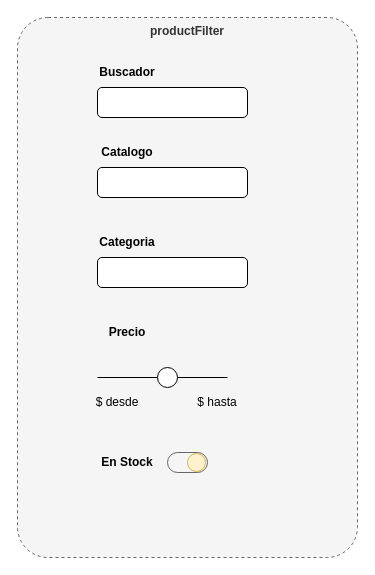
Above: page "productFilter" (4 of 5) of docs/intro.drawio in sebastianclaros/teatime (draw.io), before the change. Source tidied: cells renumbered, new cells numbered last; positions are measured from the earlier drawing's top-left corner, leaving out a move shared by most shapes. Both pictures are drawn from the tidied source at 100%, with x=0, y=0 at pixel (17, 17).
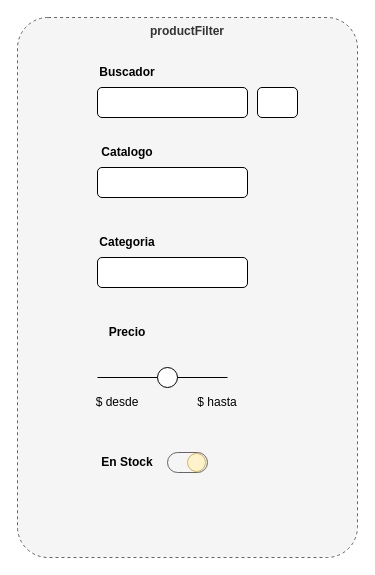
The same page after the edit.

Change to the diagram source:
```diff
@@
 <mxGraphModel>
   <root>
     <mxCell id="0" />
     <mxCell id="1" parent="0" />
     <mxCell id="2" value="productFilter" style="rounded=1;whiteSpace=wrap;html=1;fillColor=#f5f5f5;fontColor=#333333;strokeColor=#666666;dashed=1;fontStyle=1;verticalAlign=top;arcSize=9;" parent="1" vertex="1">
       <mxGeometry width="340" height="540" as="geometry" />
     </mxCell>
     <mxCell id="3" style="rounded=1;whiteSpace=wrap;html=1;" parent="1" vertex="1">
       <mxGeometry x="80" y="150" width="150" height="30" as="geometry" />
     </mxCell>
     <mxCell id="4" value="Catalogo" style="text;html=1;align=center;verticalAlign=middle;whiteSpace=wrap;rounded=0;fontStyle=1;" parent="1" vertex="1">
       <mxGeometry x="80" y="120" width="60" height="30" as="geometry" />
     </mxCell>
     <mxCell id="5" style="rounded=1;whiteSpace=wrap;html=1;" parent="1" vertex="1">
       <mxGeometry x="80" y="240" width="150" height="30" as="geometry" />
     </mxCell>
     <mxCell id="6" value="Categoria" style="text;html=1;align=center;verticalAlign=middle;whiteSpace=wrap;rounded=0;fontStyle=1;" parent="1" vertex="1">
       <mxGeometry x="80" y="210" width="60" height="30" as="geometry" />
     </mxCell>
     <mxCell id="7" style="rounded=1;whiteSpace=wrap;html=1;" parent="1" vertex="1">
       <mxGeometry x="80" y="70" width="150" height="30" as="geometry" />
     </mxCell>
     <mxCell id="8" value="Buscador" style="text;html=1;align=center;verticalAlign=middle;whiteSpace=wrap;rounded=0;fontStyle=1;" parent="1" vertex="1">
       <mxGeometry x="80" y="40" width="60" height="30" as="geometry" />
     </mxCell>
     <mxCell id="9" value="Precio" style="text;html=1;align=center;verticalAlign=middle;whiteSpace=wrap;rounded=0;fontStyle=1;" parent="1" vertex="1">
       <mxGeometry x="80" y="300" width="60" height="30" as="geometry" />
     </mxCell>
     <mxCell id="10" style="endArrow=none;html=1;rounded=0;" parent="1" edge="1">
       <mxGeometry relative="1" as="geometry">
         <mxPoint x="80" y="360" as="sourcePoint" />
         <mxPoint x="210" y="360" as="targetPoint" />
       </mxGeometry>
     </mxCell>
     <mxCell id="11" value="$ desde" style="text;html=1;align=center;verticalAlign=middle;whiteSpace=wrap;rounded=0;" parent="1" vertex="1">
       <mxGeometry x="70" y="370" width="60" height="30" as="geometry" />
     </mxCell>
     <mxCell id="12" value="$ hasta" style="text;html=1;align=center;verticalAlign=middle;whiteSpace=wrap;rounded=0;" parent="1" vertex="1">
       <mxGeometry x="170" y="370" width="60" height="30" as="geometry" />
     </mxCell>
     <mxCell id="13" style="ellipse;whiteSpace=wrap;html=1;" parent="1" vertex="1">
       <mxGeometry x="140" y="350" width="20" height="20" as="geometry" />
     </mxCell>
     <mxCell id="14" value="En Stock" style="text;html=1;align=center;verticalAlign=middle;whiteSpace=wrap;rounded=0;fontStyle=1;" parent="1" vertex="1">
       <mxGeometry x="80" y="430" width="60" height="30" as="geometry" />
     </mxCell>
     <mxCell id="15" style="group;" parent="1" vertex="1">
       <mxGeometry x="150" y="435" width="40" height="20" as="geometry" />
     </mxCell>
     <mxCell id="16" style="rounded=1;whiteSpace=wrap;html=1;arcSize=50;fillColor=#f5f5f5;fontColor=#333333;strokeColor=#666666;" parent="15" vertex="1">
       <mxGeometry width="40" height="20" as="geometry" />
     </mxCell>
     <mxCell id="17" style="ellipse;whiteSpace=wrap;html=1;fillColor=#fff2cc;strokeColor=#d6b656;" parent="15" vertex="1">
       <mxGeometry x="20" y="1" width="18" height="18" as="geometry" />
     </mxCell>
+    <mxCell id="18" style="rounded=1;whiteSpace=wrap;html=1;" parent="1" vertex="1">
+      <mxGeometry x="240" y="70" width="40" height="30" as="geometry" />
+    </mxCell>
   </root>
 </mxGraphModel>
```
